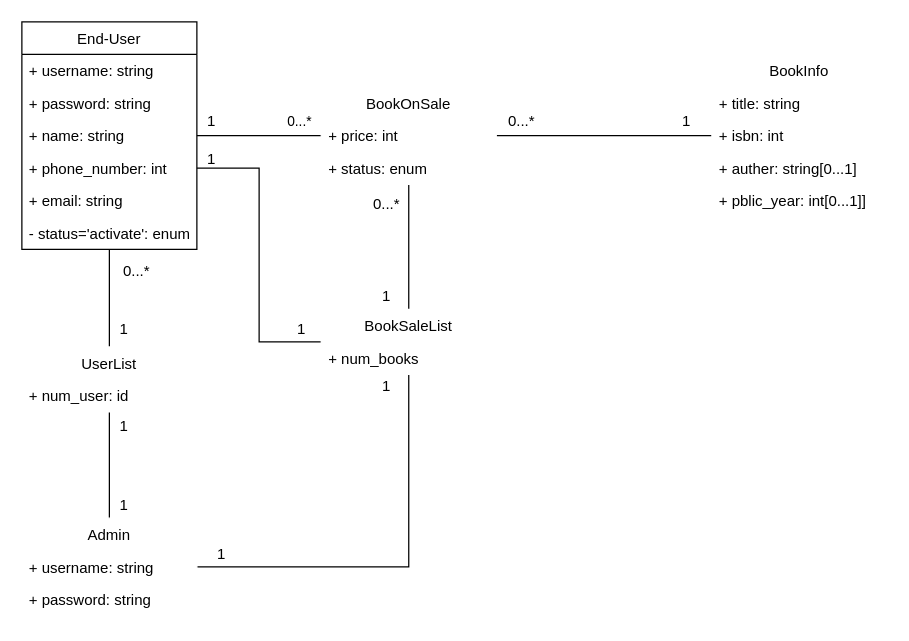
Earlier version of the draw.io diagram diagram/domain_model.drawio (wonbeomjang/CAU11708-book-selling-system). Source tidied: cells renumbered, new cells numbered last; positions are measured from the earlier drawing's top-left corner, leaving out a move shared by most shapes. Both pictures are drawn from the tidied source at 125%, with x=0, y=0 at pixel (21, 21).
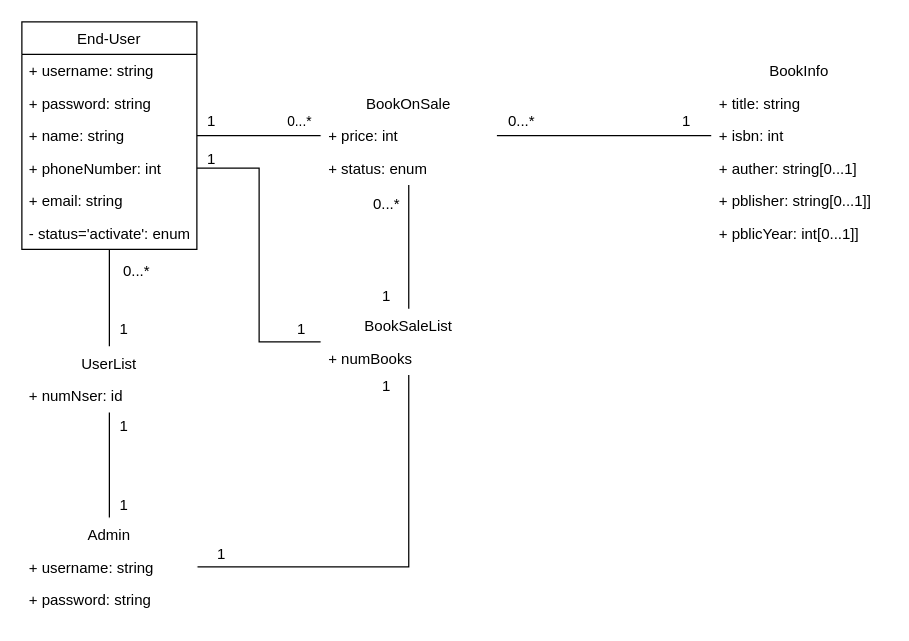
The same diagram, later.

Commit message (it also covers changes not shown here):
make SSD

The change refers to these unchanged cells:
```xml
<mxCell id="7" value="End-User" style="swimlane;fontStyle=0;horizontal=1;startSize=26;fillColor=none;" parent="1" vertex="1">
  <mxGeometry width="140" height="182" as="geometry" />
</mxCell>
<mxCell id="28" value="UserList" style="swimlane;fontStyle=0;horizontal=1;startSize=26;fillColor=none;strokeColor=#FFFFFF;" parent="1" vertex="1">
  <mxGeometry y="260" width="140" height="52" as="geometry" />
</mxCell>
<mxCell id="40" value="BookSaleList" style="swimlane;fontStyle=0;horizontal=1;startSize=26;fillColor=none;strokeColor=#FFFFFF;" parent="1" vertex="1">
  <mxGeometry x="239.5" y="230" width="140" height="52" as="geometry" />
</mxCell>
```

What changed in the source:
```diff
@@
-    <mxCell id="11" value="+ phone_number: int" style="text;strokeColor=none;fillColor=none;align=left;verticalAlign=top;spacingLeft=4;spacingRight=4;overflow=hidden;points=[[0,0.5],[1,0.5]];portConstraint=eastwest;" parent="7" vertex="1">
+    <mxCell id="11" value="+ phoneNumber: int" style="text;strokeColor=none;fillColor=none;align=left;verticalAlign=top;spacingLeft=4;spacingRight=4;overflow=hidden;points=[[0,0.5],[1,0.5]];portConstraint=eastwest;" parent="7" vertex="1">
       <mxGeometry y="104" width="140" height="26" as="geometry" />
     </mxCell>
@@
     <mxCell id="18" value="BookInfo" style="swimlane;fontStyle=0;horizontal=1;startSize=26;fillColor=none;strokeColor=#FFFFFF;" parent="1" vertex="1">
-      <mxGeometry x="552" y="26" width="140" height="130" as="geometry" />
+      <mxGeometry x="552" y="26" width="140" height="156" as="geometry" />
     </mxCell>
@@
-    <mxCell id="22" value="+ pblic_year: int[0...1]]" style="text;strokeColor=none;fillColor=none;align=left;verticalAlign=top;spacingLeft=4;spacingRight=4;overflow=hidden;" parent="18" vertex="1">
+    <mxCell id="22" value="+ pblisher: string[0...1]]" style="text;strokeColor=none;fillColor=none;align=left;verticalAlign=top;spacingLeft=4;spacingRight=4;overflow=hidden;" parent="18" vertex="1">
       <mxGeometry y="104" width="140" height="26" as="geometry" />
     </mxCell>
+    <mxCell id="44" value="+ pblicYear: int[0...1]]" style="text;strokeColor=none;fillColor=none;align=left;verticalAlign=top;spacingLeft=4;spacingRight=4;overflow=hidden;" parent="18" vertex="1">
+      <mxGeometry y="130" width="140" height="26" as="geometry" />
+    </mxCell>
@@
-    <mxCell id="29" value="+ num_user: id" style="text;strokeColor=none;fillColor=none;align=left;verticalAlign=top;spacingLeft=4;spacingRight=4;overflow=hidden;" parent="28" vertex="1">
+    <mxCell id="29" value="+ numNser: id" style="text;strokeColor=none;fillColor=none;align=left;verticalAlign=top;spacingLeft=4;spacingRight=4;overflow=hidden;" parent="28" vertex="1">
       <mxGeometry y="26" width="140" height="26" as="geometry" />
     </mxCell>
@@
-    <mxCell id="41" value="+ num_books" style="text;strokeColor=none;fillColor=none;align=left;verticalAlign=top;spacingLeft=4;spacingRight=4;overflow=hidden;" parent="40" vertex="1">
+    <mxCell id="41" value="+ numBooks" style="text;strokeColor=none;fillColor=none;align=left;verticalAlign=top;spacingLeft=4;spacingRight=4;overflow=hidden;" parent="40" vertex="1">
       <mxGeometry y="26" width="140" height="26" as="geometry" />
     </mxCell>
```
